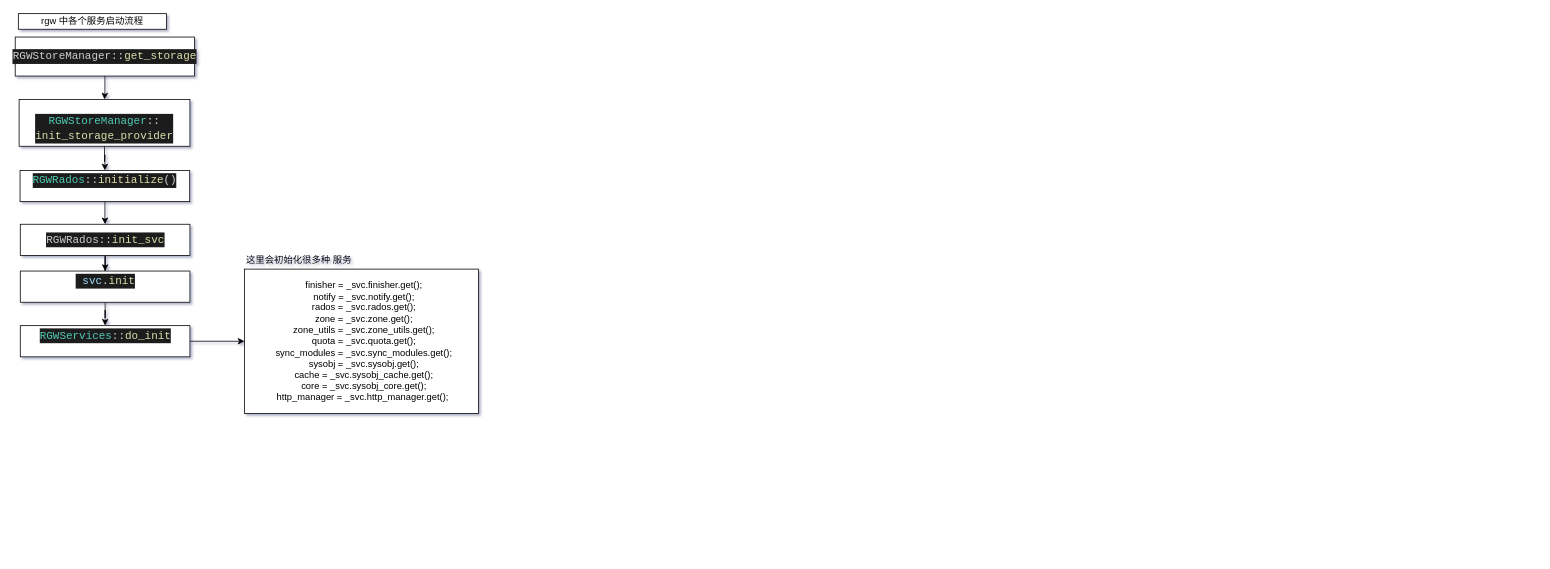
Above: 未命名绘图.drawio in rouse2617/rouse2617 (draw.io), before the change. Source tidied: cells renumbered, new cells numbered last; positions are measured from the earlier drawing's top-left corner, leaving out a move shared by most shapes. Both pictures are drawn from the tidied source at 78%, with x=0, y=0 at pixel (15, 13).
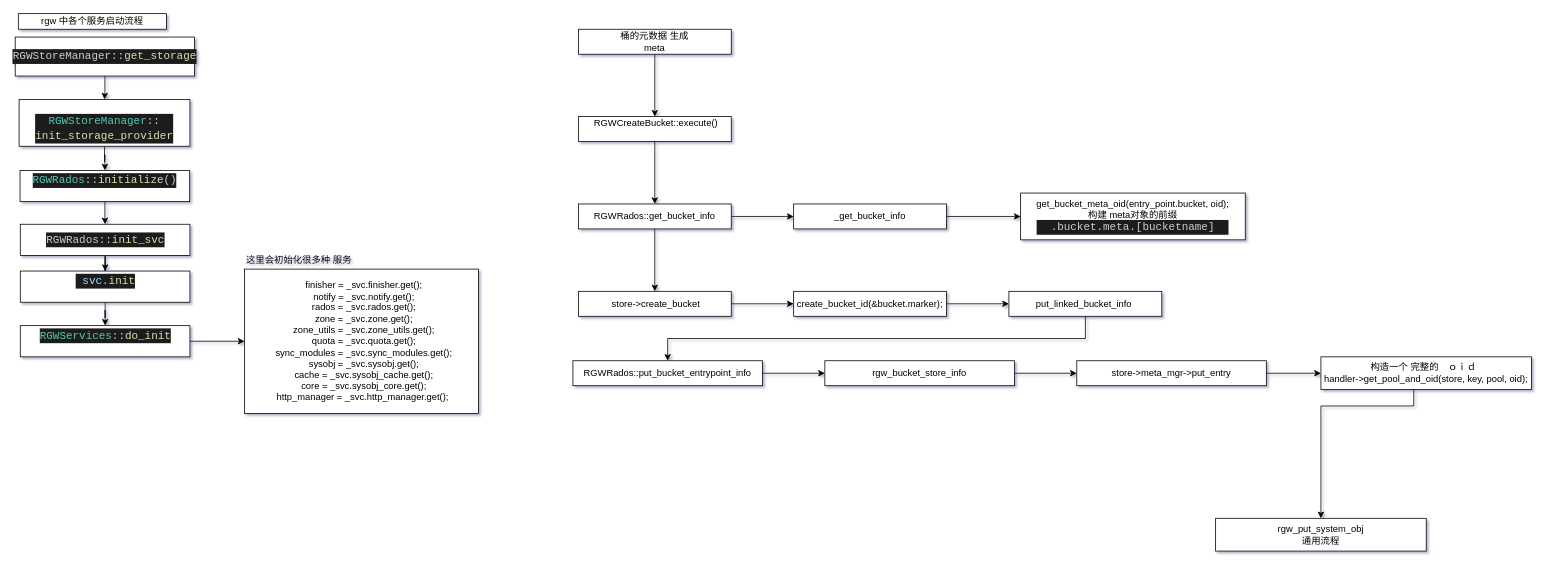
After the change.

Commit message:
更新未命名绘图.drawio

Change to the diagram source:
```diff
@@
+    <mxCell id="17" style="edgeStyle=orthogonalEdgeStyle;rounded=0;jettySize=auto;html=1;" parent="1" edge="1" source="18" target="20">
+      <mxGeometry relative="1" as="geometry" />
+    </mxCell>
+    <mxCell id="18" value="桶的元数据 生成&lt;br&gt;meta&lt;br&gt;" style="rounded=0;whiteSpace=wrap;html=1;" parent="1" vertex="1">
+      <mxGeometry x="722" y="20" width="196" height="32" as="geometry" />
+    </mxCell>
+    <mxCell id="19" style="edgeStyle=orthogonalEdgeStyle;rounded=0;jettySize=auto;html=1;" parent="1" edge="1" source="20" target="23">
+      <mxGeometry relative="1" as="geometry" />
+    </mxCell>
+    <mxCell id="20" value="&lt;div&gt;&amp;nbsp;RGWCreateBucket::execute()&lt;/div&gt;&lt;div&gt;&lt;br&gt;&lt;/div&gt;" style="rounded=0;whiteSpace=wrap;html=1;" parent="1" vertex="1">
+      <mxGeometry x="722" y="132" width="196" height="32" as="geometry" />
+    </mxCell>
+    <mxCell id="21" style="edgeStyle=orthogonalEdgeStyle;rounded=0;jettySize=auto;html=1;" parent="1" edge="1" source="23" target="25">
+      <mxGeometry relative="1" as="geometry" />
+    </mxCell>
+    <mxCell id="22" style="edgeStyle=orthogonalEdgeStyle;rounded=0;jettySize=auto;html=1;" parent="1" edge="1" source="23" target="28">
+      <mxGeometry relative="1" as="geometry" />
+    </mxCell>
+    <mxCell id="23" value="&lt;div&gt;RGWRados::get_bucket_info&lt;br&gt;&lt;/div&gt;" style="rounded=0;whiteSpace=wrap;html=1;" parent="1" vertex="1">
+      <mxGeometry x="722" y="244" width="196" height="32" as="geometry" />
+    </mxCell>
+    <mxCell id="24" style="edgeStyle=orthogonalEdgeStyle;rounded=0;jettySize=auto;html=1;" parent="1" edge="1" source="25" target="26">
+      <mxGeometry relative="1" as="geometry" />
+    </mxCell>
+    <mxCell id="25" value="&lt;div&gt;_get_bucket_info&lt;br&gt;&lt;/div&gt;" style="rounded=0;whiteSpace=wrap;html=1;" parent="1" vertex="1">
+      <mxGeometry x="998" y="244" width="196" height="32" as="geometry" />
+    </mxCell>
+    <mxCell id="26" value="get_bucket_meta_oid(entry_point.bucket, oid);&lt;br&gt;构建 meta对象的前缀&lt;br&gt;&lt;div style=&quot;color: rgb(204, 204, 204); background-color: rgb(31, 31, 31); font-family: Consolas, &amp;quot;Courier New&amp;quot;, monospace; font-size: 14px; line-height: 19px;&quot;&gt;.bucket.meta.[bucketname]&lt;/div&gt;" style="rounded=0;whiteSpace=wrap;html=1;" parent="1" vertex="1">
+      <mxGeometry x="1289" y="230" width="288" height="60" as="geometry" />
+    </mxCell>
+    <mxCell id="27" style="edgeStyle=orthogonalEdgeStyle;rounded=0;jettySize=auto;html=1;" parent="1" edge="1" source="28" target="30">
+      <mxGeometry relative="1" as="geometry" />
+    </mxCell>
+    <mxCell id="28" value="&lt;div&gt;&amp;nbsp;store-&amp;gt;create_bucket&lt;br&gt;&lt;/div&gt;" style="rounded=0;whiteSpace=wrap;html=1;" parent="1" vertex="1">
+      <mxGeometry x="722" y="356" width="196" height="32" as="geometry" />
+    </mxCell>
+    <mxCell id="29" style="edgeStyle=orthogonalEdgeStyle;rounded=0;jettySize=auto;html=1;" parent="1" edge="1" source="30" target="32">
+      <mxGeometry relative="1" as="geometry" />
+    </mxCell>
+    <mxCell id="30" value="&lt;div&gt;create_bucket_id(&amp;amp;bucket.marker);&lt;br&gt;&lt;/div&gt;" style="rounded=0;whiteSpace=wrap;html=1;" parent="1" vertex="1">
+      <mxGeometry x="998" y="356" width="196" height="32" as="geometry" />
+    </mxCell>
+    <mxCell id="31" style="edgeStyle=orthogonalEdgeStyle;rounded=0;jettySize=auto;html=1;exitX=0.5;exitY=1;exitDx=0;exitDy=0;entryX=0.5;entryY=0;entryDx=0;entryDy=0;" parent="1" edge="1" source="32" target="34">
+      <mxGeometry relative="1" as="geometry" />
+    </mxCell>
+    <mxCell id="32" value="&amp;nbsp;put_linked_bucket_info &amp;nbsp;&lt;div style=&quot;color: rgb(204, 204, 204); background-color: rgb(31, 31, 31); font-family: Consolas, &amp;quot;Courier New&amp;quot;, monospace; font-size: 14px; line-height: 19px;&quot;&gt;&lt;/div&gt;" style="rounded=0;whiteSpace=wrap;html=1;" parent="1" vertex="1">
+      <mxGeometry x="1274" y="356" width="196" height="32" as="geometry" />
+    </mxCell>
+    <mxCell id="33" style="edgeStyle=orthogonalEdgeStyle;rounded=0;jettySize=auto;html=1;" parent="1" edge="1" source="34" target="36">
+      <mxGeometry relative="1" as="geometry" />
+    </mxCell>
+    <mxCell id="34" value="RGWRados::put_bucket_entrypoint_info&lt;div style=&quot;color: rgb(204, 204, 204); background-color: rgb(31, 31, 31); font-family: Consolas, &amp;quot;Courier New&amp;quot;, monospace; font-size: 14px; line-height: 19px;&quot;&gt;&lt;/div&gt;" style="rounded=0;whiteSpace=wrap;html=1;" parent="1" vertex="1">
+      <mxGeometry x="715" y="445" width="243" height="32" as="geometry" />
+    </mxCell>
+    <mxCell id="35" style="edgeStyle=orthogonalEdgeStyle;rounded=0;jettySize=auto;html=1;" parent="1" edge="1" source="36" target="38">
+      <mxGeometry relative="1" as="geometry" />
+    </mxCell>
+    <mxCell id="36" value="rgw_bucket_store_info&lt;div style=&quot;color: rgb(204, 204, 204); background-color: rgb(31, 31, 31); font-family: Consolas, &amp;quot;Courier New&amp;quot;, monospace; font-size: 14px; line-height: 19px;&quot;&gt;&lt;/div&gt;" style="rounded=0;whiteSpace=wrap;html=1;" parent="1" vertex="1">
+      <mxGeometry x="1038" y="445" width="243" height="32" as="geometry" />
+    </mxCell>
+    <mxCell id="37" style="edgeStyle=orthogonalEdgeStyle;rounded=0;jettySize=auto;html=1;" parent="1" edge="1" source="38" target="40">
+      <mxGeometry relative="1" as="geometry" />
+    </mxCell>
+    <mxCell id="38" value="store-&amp;gt;meta_mgr-&amp;gt;put_entry&lt;div style=&quot;color: rgb(204, 204, 204); background-color: rgb(31, 31, 31); font-family: Consolas, &amp;quot;Courier New&amp;quot;, monospace; font-size: 14px; line-height: 19px;&quot;&gt;&lt;/div&gt;" style="rounded=0;whiteSpace=wrap;html=1;" parent="1" vertex="1">
+      <mxGeometry x="1361" y="445" width="243" height="32" as="geometry" />
+    </mxCell>
+    <mxCell id="39" style="edgeStyle=orthogonalEdgeStyle;rounded=0;jettySize=auto;html=1;entryX=0.5;entryY=0;entryDx=0;entryDy=0;" parent="1" edge="1" target="41">
+      <mxGeometry relative="1" as="geometry">
+        <mxPoint x="1793" y="477" as="sourcePoint" />
+        <Array as="points">
+          <mxPoint x="1793" y="503" />
+          <mxPoint x="1674" y="503" />
+          <mxPoint x="1674" y="640" />
+        </Array>
+      </mxGeometry>
+    </mxCell>
+    <mxCell id="40" value="构造一个 完整的　ｏｉｄ&amp;nbsp;&amp;nbsp;&lt;br&gt;handler-&amp;gt;get_pool_and_oid(store, key, pool, oid);&lt;div style=&quot;color: rgb(204, 204, 204); background-color: rgb(31, 31, 31); font-family: Consolas, &amp;quot;Courier New&amp;quot;, monospace; font-size: 14px; line-height: 19px;&quot;&gt;&lt;/div&gt;" style="rounded=0;whiteSpace=wrap;html=1;" parent="1" vertex="1">
+      <mxGeometry x="1674" y="440" width="270" height="42" as="geometry" />
+    </mxCell>
+    <mxCell id="41" value="rgw_put_system_obj　&lt;br&gt;通用流程&lt;br&gt;&lt;div style=&quot;color: rgb(204, 204, 204); background-color: rgb(31, 31, 31); font-family: Consolas, &amp;quot;Courier New&amp;quot;, monospace; font-size: 14px; line-height: 19px;&quot;&gt;&lt;/div&gt;" style="rounded=0;whiteSpace=wrap;html=1;" parent="1" vertex="1">
+      <mxGeometry x="1539" y="647" width="270" height="42" as="geometry" />
+    </mxCell>
```
